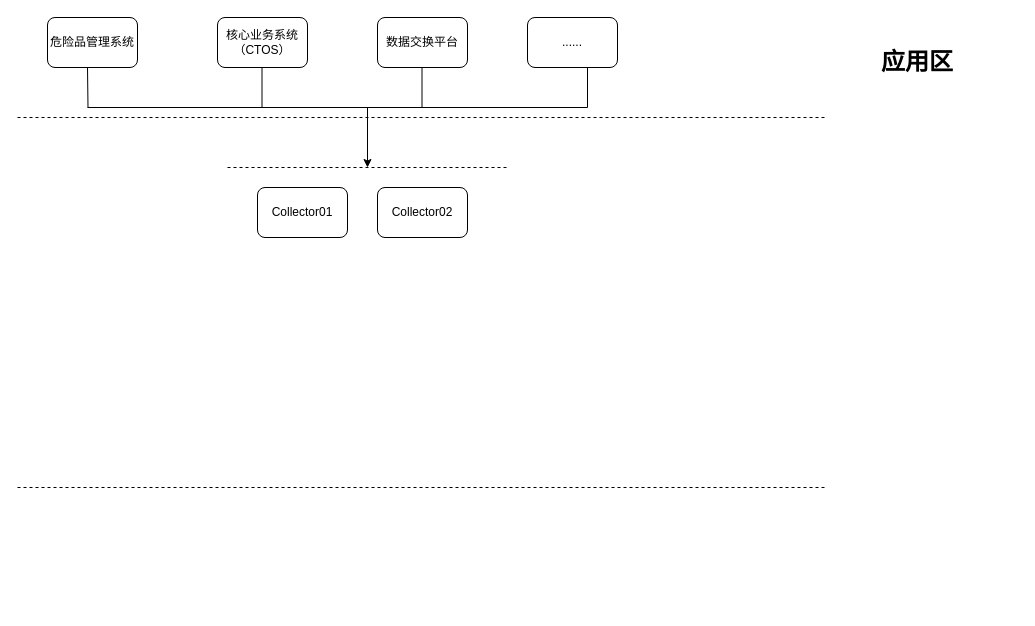
Earlier version of the draw.io diagram 未命名绘图.drawio (zeng0550/free-programming-books). Source tidied: cells renumbered, new cells numbered last; positions are measured from the earlier drawing's top-left corner, leaving out a move shared by most shapes. Both pictures are drawn from the tidied source at 100%, with x=0, y=0 at pixel (17, 17).
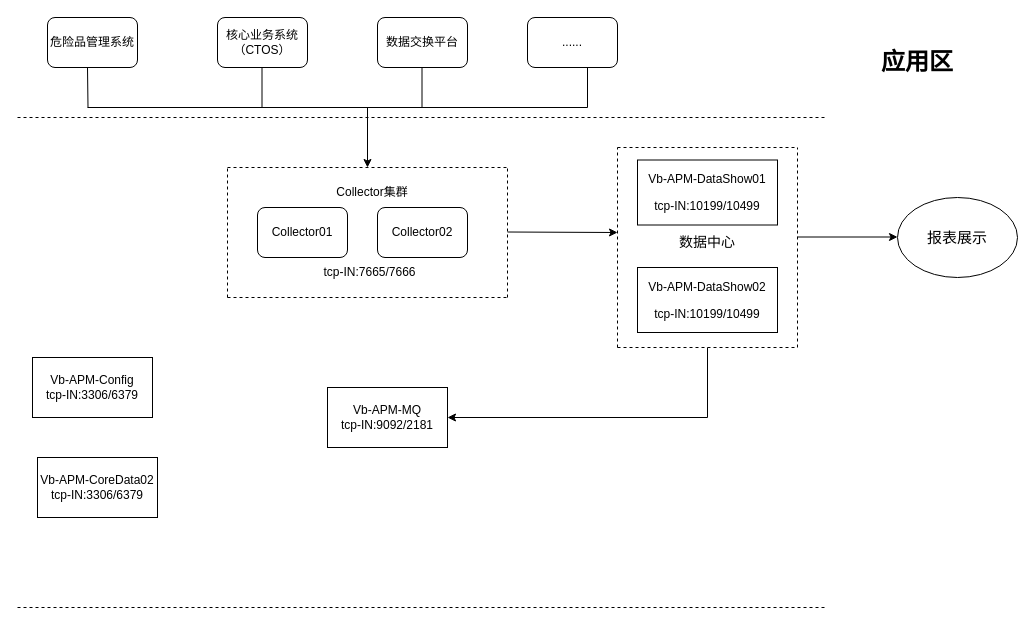
The same diagram, later.

Commit message:
宁波大榭港应用性能监控平台.drawio

The edit, as a diff of the source:
```diff
@@
     <mxCell id="8" style="endArrow=none;dashed=1;html=1;rounded=0;" parent="1" edge="1">
       <mxGeometry relative="1" as="geometry">
-        <mxPoint y="470" as="sourcePoint" />
-        <mxPoint x="810" y="470" as="targetPoint" />
+        <mxPoint y="590" as="sourcePoint" />
+        <mxPoint x="810" y="590" as="targetPoint" />
       </mxGeometry>
     </mxCell>
@@
     <mxCell id="15" value="Collector01" style="rounded=1;whiteSpace=wrap;html=1;" parent="1" vertex="1">
-      <mxGeometry x="240" y="170" width="90" height="50" as="geometry" />
+      <mxGeometry x="240" y="190" width="90" height="50" as="geometry" />
     </mxCell>
     <mxCell id="16" value="Collector02" style="rounded=1;whiteSpace=wrap;html=1;" parent="1" vertex="1">
-      <mxGeometry x="360" y="170" width="90" height="50" as="geometry" />
+      <mxGeometry x="360" y="190" width="90" height="50" as="geometry" />
     </mxCell>
@@
+    <mxCell id="18" style="endArrow=none;dashed=1;html=1;rounded=0;" parent="1" edge="1">
+      <mxGeometry relative="1" as="geometry">
+        <mxPoint x="210" y="280" as="sourcePoint" />
+        <mxPoint x="490" y="280" as="targetPoint" />
+      </mxGeometry>
+    </mxCell>
+    <mxCell id="19" style="endArrow=none;dashed=1;html=1;rounded=0;" parent="1" edge="1">
+      <mxGeometry relative="1" as="geometry">
+        <mxPoint x="210" y="280" as="sourcePoint" />
+        <mxPoint x="210" y="150" as="targetPoint" />
+      </mxGeometry>
+    </mxCell>
+    <mxCell id="20" style="endArrow=none;dashed=1;html=1;rounded=0;" parent="1" edge="1">
+      <mxGeometry relative="1" as="geometry">
+        <mxPoint x="490" y="280" as="sourcePoint" />
+        <mxPoint x="490" y="150" as="targetPoint" />
+      </mxGeometry>
+    </mxCell>
+    <mxCell id="21" value="Collector集群" style="text;html=1;whiteSpace=wrap;strokeColor=none;fillColor=none;align=center;verticalAlign=middle;rounded=0;" parent="1" vertex="1">
+      <mxGeometry x="310" y="160" width="90" height="30" as="geometry" />
+    </mxCell>
+    <mxCell id="22" style="endArrow=classic;html=1;rounded=0;" parent="1" edge="1">
+      <mxGeometry relative="1" as="geometry">
+        <mxPoint x="490" y="214.5" as="sourcePoint" />
+        <mxPoint x="600" y="215" as="targetPoint" />
+      </mxGeometry>
+    </mxCell>
+    <mxCell id="23" value="&lt;p class=&quot;MsoNormal&quot;&gt;&lt;span style=&quot;font-family: 宋体;&quot;&gt;&lt;font&gt;Vb-APM-DataShow01&lt;/font&gt;&lt;/span&gt;&lt;/p&gt;&lt;p class=&quot;MsoNormal&quot;&gt;&lt;span style=&quot;font-family: 宋体;&quot;&gt;&lt;font&gt;tcp-IN:10199/10499&lt;/font&gt;&lt;/span&gt;&lt;/p&gt;" style="rounded=0;whiteSpace=wrap;html=1;" parent="1" vertex="1">
+      <mxGeometry x="620" y="142.5" width="140" height="65" as="geometry" />
+    </mxCell>
+    <mxCell id="24" value="&lt;p class=&quot;MsoNormal&quot;&gt;&lt;span style=&quot;font-family: 宋体;&quot;&gt;&lt;font&gt;Vb-APM-DataShow02&lt;/font&gt;&lt;/span&gt;&lt;/p&gt;&lt;p class=&quot;MsoNormal&quot;&gt;&lt;span style=&quot;font-family: 宋体;&quot;&gt;&lt;font&gt;tcp-IN:10199/10499&lt;/font&gt;&lt;/span&gt;&lt;/p&gt;" style="rounded=0;whiteSpace=wrap;html=1;" parent="1" vertex="1">
+      <mxGeometry x="620" y="250" width="140" height="65" as="geometry" />
+    </mxCell>
+    <mxCell id="25" style="endArrow=none;dashed=1;html=1;rounded=0;" parent="1" edge="1">
+      <mxGeometry relative="1" as="geometry">
+        <mxPoint x="600" y="130" as="sourcePoint" />
+        <mxPoint x="780" y="130" as="targetPoint" />
+      </mxGeometry>
+    </mxCell>
+    <mxCell id="26" style="endArrow=none;dashed=1;html=1;rounded=0;" parent="1" edge="1">
+      <mxGeometry relative="1" as="geometry">
+        <mxPoint x="600" y="330" as="sourcePoint" />
+        <mxPoint x="780" y="330" as="targetPoint" />
+      </mxGeometry>
+    </mxCell>
+    <mxCell id="27" style="endArrow=none;dashed=1;html=1;rounded=0;" parent="1" edge="1">
+      <mxGeometry relative="1" as="geometry">
+        <mxPoint x="600" y="330" as="sourcePoint" />
+        <mxPoint x="600" y="130" as="targetPoint" />
+      </mxGeometry>
+    </mxCell>
+    <mxCell id="28" style="endArrow=none;dashed=1;html=1;rounded=0;" parent="1" edge="1">
+      <mxGeometry relative="1" as="geometry">
+        <mxPoint x="780" y="330" as="sourcePoint" />
+        <mxPoint x="780" y="130" as="targetPoint" />
+      </mxGeometry>
+    </mxCell>
+    <mxCell id="29" value="&lt;font style=&quot;font-size: 14px;&quot;&gt;数据中心&lt;/font&gt;" style="text;html=1;whiteSpace=wrap;strokeColor=none;fillColor=none;align=center;verticalAlign=middle;rounded=0;" parent="1" vertex="1">
+      <mxGeometry x="660" y="210" width="60" height="30" as="geometry" />
+    </mxCell>
+    <mxCell id="30" value="&lt;font style=&quot;font-size: 15px;&quot;&gt;报表展示&lt;/font&gt;" style="ellipse;whiteSpace=wrap;html=1;" parent="1" vertex="1">
+      <mxGeometry x="880" y="180" width="120" height="80" as="geometry" />
+    </mxCell>
+    <mxCell id="31" style="endArrow=classic;html=1;rounded=0;" parent="1" edge="1">
+      <mxGeometry relative="1" as="geometry">
+        <mxPoint x="780" y="219.5" as="sourcePoint" />
+        <mxPoint x="880" y="219.5" as="targetPoint" />
+      </mxGeometry>
+    </mxCell>
+    <mxCell id="32" style="endArrow=classic;html=1;rounded=0;" parent="1" edge="1">
+      <mxGeometry relative="1" as="geometry">
+        <mxPoint x="690" y="330" as="sourcePoint" />
+        <mxPoint x="430" y="400" as="targetPoint" />
+        <Array as="points">
+          <mxPoint x="690" y="400" />
+        </Array>
+      </mxGeometry>
+    </mxCell>
+    <mxCell id="33" value="Vb-APM-MQ&lt;div&gt;tcp-IN:9092/2181&lt;/div&gt;" style="rounded=0;whiteSpace=wrap;html=1;" parent="1" vertex="1">
+      <mxGeometry x="310" y="370" width="120" height="60" as="geometry" />
+    </mxCell>
+    <mxCell id="34" value="Vb-APM-Config&lt;br&gt;&lt;div&gt;tcp-IN:3306/6379&lt;/div&gt;" style="rounded=0;whiteSpace=wrap;html=1;" parent="1" vertex="1">
+      <mxGeometry x="15" y="340" width="120" height="60" as="geometry" />
+    </mxCell>
+    <mxCell id="35" value="Vb-APM-CoreData02&lt;br&gt;&lt;div&gt;tcp-IN:&lt;span style=&quot;background-color: transparent; color: light-dark(rgb(0, 0, 0), rgb(255, 255, 255));&quot;&gt;3306/6379&lt;/span&gt;&lt;/div&gt;" style="rounded=0;whiteSpace=wrap;html=1;" parent="1" vertex="1">
+      <mxGeometry x="20" y="440" width="120" height="60" as="geometry" />
+    </mxCell>
+    <mxCell id="36" value="tcp-IN:7665/7666" style="text;html=1;whiteSpace=wrap;strokeColor=none;fillColor=none;align=center;verticalAlign=middle;rounded=0;" parent="1" vertex="1">
+      <mxGeometry x="305" y="240" width="95" height="30" as="geometry" />
+    </mxCell>
```
